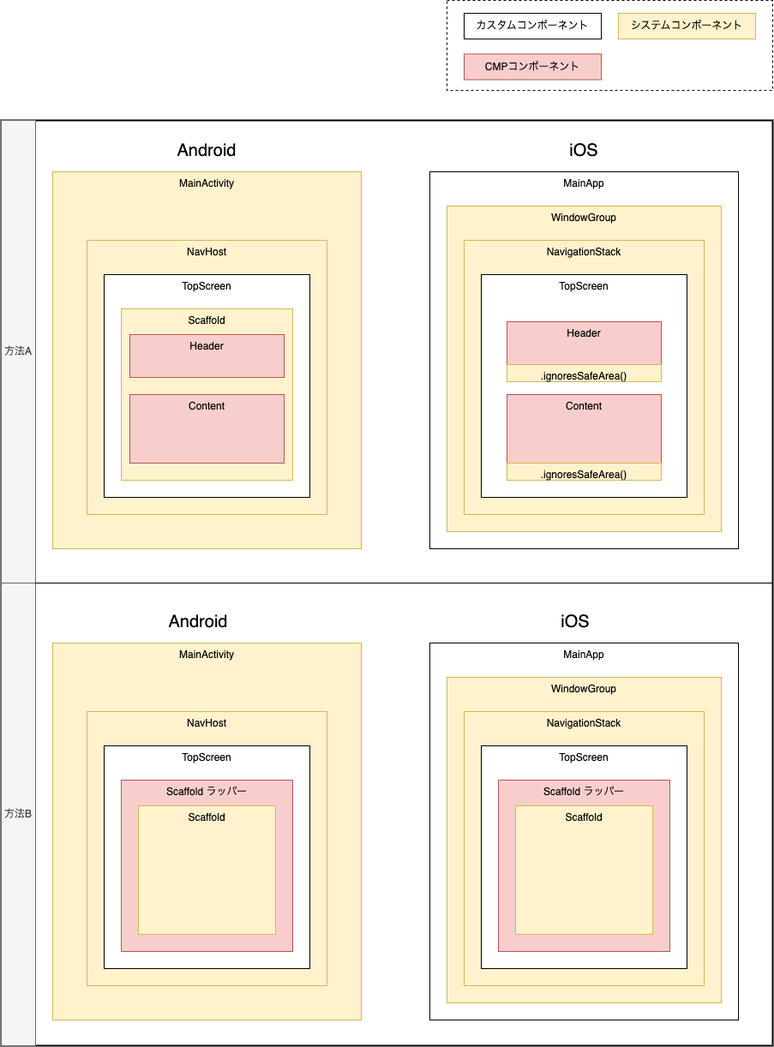
This is docs/CMP_In_Native化案-UI共通化.png from seabat/hybrid-cmp-pdf-viewer, a draw.io export, as it was before one commit. Source tidied: cells renumbered, new cells last; positions are measured from the earlier drawing's top-left corner, leaving out a move shared by most shapes. Its diagram source:
```xml
<mxGraphModel>
  <root>
    <mxCell id="0" />
    <mxCell id="1" parent="0" />
    <mxCell id="2" style="rounded=0;whiteSpace=wrap;html=1;strokeWidth=2;" parent="1" vertex="1">
      <mxGeometry y="140" width="900" height="1080" as="geometry" />
    </mxCell>
    <mxCell id="3" style="rounded=0;whiteSpace=wrap;html=1;dashed=1;" parent="1" vertex="1">
      <mxGeometry x="520" width="380" height="105" as="geometry" />
    </mxCell>
    <mxCell id="4" value="MainActivity" style="rounded=0;whiteSpace=wrap;html=1;verticalAlign=top;fillColor=#fff2cc;strokeColor=#d6b656;" parent="1" vertex="1">
      <mxGeometry x="60" y="200" width="360" height="440" as="geometry" />
    </mxCell>
    <mxCell id="5" value="NavHost" style="rounded=0;whiteSpace=wrap;html=1;verticalAlign=top;fillColor=#fff2cc;strokeColor=#d6b656;" parent="1" vertex="1">
      <mxGeometry x="100" y="280" width="280" height="320" as="geometry" />
    </mxCell>
    <mxCell id="6" value="TopScreen" style="rounded=0;whiteSpace=wrap;html=1;verticalAlign=top;" parent="1" vertex="1">
      <mxGeometry x="120" y="320" width="240" height="260" as="geometry" />
    </mxCell>
    <mxCell id="7" value="Scaffold" style="rounded=0;whiteSpace=wrap;html=1;verticalAlign=top;fillColor=#fff2cc;strokeColor=#d6b656;" parent="1" vertex="1">
      <mxGeometry x="140" y="360" width="200" height="200" as="geometry" />
    </mxCell>
    <mxCell id="8" value="Header" style="rounded=0;whiteSpace=wrap;html=1;verticalAlign=top;fillColor=#f8cecc;strokeColor=#b85450;" parent="1" vertex="1">
      <mxGeometry x="150" y="390" width="180" height="50" as="geometry" />
    </mxCell>
    <mxCell id="9" value="Content" style="rounded=0;whiteSpace=wrap;html=1;verticalAlign=top;fillColor=#f8cecc;strokeColor=#b85450;" parent="1" vertex="1">
      <mxGeometry x="150" y="460" width="180" height="80" as="geometry" />
    </mxCell>
    <mxCell id="10" value="MainApp" style="rounded=0;whiteSpace=wrap;html=1;verticalAlign=top;" parent="1" vertex="1">
      <mxGeometry x="500" y="200" width="360" height="440" as="geometry" />
    </mxCell>
    <mxCell id="11" value="WindowGroup" style="rounded=0;whiteSpace=wrap;html=1;verticalAlign=top;fillColor=#fff2cc;strokeColor=#d6b656;" parent="1" vertex="1">
      <mxGeometry x="520" y="240" width="320" height="380" as="geometry" />
    </mxCell>
    <mxCell id="12" value="NavigationStack" style="rounded=0;whiteSpace=wrap;html=1;verticalAlign=top;fillColor=#fff2cc;strokeColor=#d6b656;" parent="1" vertex="1">
      <mxGeometry x="540" y="280" width="280" height="320" as="geometry" />
    </mxCell>
    <mxCell id="13" value="TopScreen" style="rounded=0;whiteSpace=wrap;html=1;verticalAlign=top;" parent="1" vertex="1">
      <mxGeometry x="560" y="320" width="240" height="260" as="geometry" />
    </mxCell>
    <mxCell id="14" value="&lt;font style=&quot;font-size: 20px;&quot;&gt;Android&lt;/font&gt;" style="text;html=1;align=center;verticalAlign=middle;whiteSpace=wrap;rounded=0;" parent="1" vertex="1">
      <mxGeometry x="210" y="160" width="60" height="30" as="geometry" />
    </mxCell>
    <mxCell id="15" value="&lt;font style=&quot;font-size: 20px;&quot;&gt;iOS&lt;/font&gt;" style="text;html=1;align=center;verticalAlign=middle;whiteSpace=wrap;rounded=0;" parent="1" vertex="1">
      <mxGeometry x="650" y="160" width="60" height="30" as="geometry" />
    </mxCell>
    <mxCell id="16" value="Header" style="rounded=0;whiteSpace=wrap;html=1;verticalAlign=top;fillColor=#f8cecc;strokeColor=#b85450;" parent="1" vertex="1">
      <mxGeometry x="590" y="375" width="180" height="50" as="geometry" />
    </mxCell>
    <mxCell id="17" value="Content" style="rounded=0;whiteSpace=wrap;html=1;verticalAlign=top;fillColor=#f8cecc;strokeColor=#b85450;" parent="1" vertex="1">
      <mxGeometry x="590" y="460" width="180" height="80" as="geometry" />
    </mxCell>
    <mxCell id="18" value="システムコンポーネント" style="rounded=0;whiteSpace=wrap;html=1;fillColor=#fff2cc;strokeColor=#d6b656;" parent="1" vertex="1">
      <mxGeometry x="720" y="15" width="160" height="30" as="geometry" />
    </mxCell>
    <mxCell id="19" value="カスタムコンポーネント" style="rounded=0;whiteSpace=wrap;html=1;" parent="1" vertex="1">
      <mxGeometry x="540" y="15" width="160" height="30" as="geometry" />
    </mxCell>
    <mxCell id="20" value="CMPコンポーネント" style="rounded=0;whiteSpace=wrap;html=1;fillColor=#f8cecc;strokeColor=#b85450;" parent="1" vertex="1">
      <mxGeometry x="540" y="62.5" width="160" height="30" as="geometry" />
    </mxCell>
    <mxCell id="21" value="方法A" style="rounded=0;whiteSpace=wrap;html=1;fillColor=#f5f5f5;fontColor=#333333;strokeColor=#666666;" parent="1" vertex="1">
      <mxGeometry y="140" width="40" height="540" as="geometry" />
    </mxCell>
    <mxCell id="22" value="方法B" style="rounded=0;whiteSpace=wrap;html=1;fillColor=#f5f5f5;fontColor=#333333;strokeColor=#666666;" parent="1" vertex="1">
      <mxGeometry y="680" width="40" height="540" as="geometry" />
    </mxCell>
    <mxCell id="23" value="MainActivity" style="rounded=0;whiteSpace=wrap;html=1;verticalAlign=top;fillColor=#fff2cc;strokeColor=#d6b656;" parent="1" vertex="1">
      <mxGeometry x="60" y="750" width="360" height="440" as="geometry" />
    </mxCell>
    <mxCell id="24" value="NavHost" style="rounded=0;whiteSpace=wrap;html=1;verticalAlign=top;fillColor=#fff2cc;strokeColor=#d6b656;" parent="1" vertex="1">
      <mxGeometry x="100" y="830" width="280" height="320" as="geometry" />
    </mxCell>
    <mxCell id="25" value="TopScreen" style="rounded=0;whiteSpace=wrap;html=1;verticalAlign=top;" parent="1" vertex="1">
      <mxGeometry x="120" y="870" width="240" height="260" as="geometry" />
    </mxCell>
    <mxCell id="26" value="Scaffold ラッパー" style="rounded=0;whiteSpace=wrap;html=1;verticalAlign=top;fillColor=#f8cecc;strokeColor=#b85450;" parent="1" vertex="1">
      <mxGeometry x="140" y="910" width="200" height="200" as="geometry" />
    </mxCell>
    <mxCell id="27" value="MainApp" style="rounded=0;whiteSpace=wrap;html=1;verticalAlign=top;" parent="1" vertex="1">
      <mxGeometry x="500" y="750" width="360" height="440" as="geometry" />
    </mxCell>
    <mxCell id="28" value="WindowGroup" style="rounded=0;whiteSpace=wrap;html=1;verticalAlign=top;fillColor=#fff2cc;strokeColor=#d6b656;" parent="1" vertex="1">
      <mxGeometry x="520" y="790" width="320" height="380" as="geometry" />
    </mxCell>
    <mxCell id="29" value="NavigationStack" style="rounded=0;whiteSpace=wrap;html=1;verticalAlign=top;fillColor=#fff2cc;strokeColor=#d6b656;" parent="1" vertex="1">
      <mxGeometry x="540" y="830" width="280" height="320" as="geometry" />
    </mxCell>
    <mxCell id="30" value="TopScreen" style="rounded=0;whiteSpace=wrap;html=1;verticalAlign=top;" parent="1" vertex="1">
      <mxGeometry x="560" y="870" width="240" height="260" as="geometry" />
    </mxCell>
    <mxCell id="31" value="Scaffold ラッパー" style="rounded=0;whiteSpace=wrap;html=1;verticalAlign=top;fillColor=#f8cecc;strokeColor=#b85450;" parent="1" vertex="1">
      <mxGeometry x="580" y="910" width="200" height="200" as="geometry" />
    </mxCell>
    <mxCell id="32" style="endArrow=none;html=1;rounded=0;entryX=1;entryY=0.5;entryDx=0;entryDy=0;" parent="1" edge="1" target="2">
      <mxGeometry relative="1" as="geometry">
        <mxPoint x="40" y="680" as="sourcePoint" />
      </mxGeometry>
    </mxCell>
    <mxCell id="33" value=".ignoresSafeArea()" style="rounded=0;whiteSpace=wrap;html=1;verticalAlign=top;fillColor=#fff2cc;strokeColor=#d6b656;" parent="1" vertex="1">
      <mxGeometry x="590" y="425" width="180" height="20" as="geometry" />
    </mxCell>
    <mxCell id="34" value=".ignoresSafeArea()" style="rounded=0;whiteSpace=wrap;html=1;verticalAlign=top;fillColor=#fff2cc;strokeColor=#d6b656;" parent="1" vertex="1">
      <mxGeometry x="590" y="540" width="180" height="20" as="geometry" />
    </mxCell>
    <mxCell id="35" value="&lt;font style=&quot;font-size: 20px;&quot;&gt;Android&lt;/font&gt;" style="text;html=1;align=center;verticalAlign=middle;whiteSpace=wrap;rounded=0;" parent="1" vertex="1">
      <mxGeometry x="200" y="710" width="60" height="30" as="geometry" />
    </mxCell>
    <mxCell id="36" value="&lt;font style=&quot;font-size: 20px;&quot;&gt;iOS&lt;/font&gt;" style="text;html=1;align=center;verticalAlign=middle;whiteSpace=wrap;rounded=0;" parent="1" vertex="1">
      <mxGeometry x="640" y="710" width="60" height="30" as="geometry" />
    </mxCell>
    <mxCell id="37" value="Scaffold" style="rounded=0;whiteSpace=wrap;html=1;verticalAlign=top;fillColor=#fff2cc;strokeColor=#d6b656;" parent="1" vertex="1">
      <mxGeometry x="160" y="940" width="160" height="150" as="geometry" />
    </mxCell>
    <mxCell id="38" value="Scaffold" style="rounded=0;whiteSpace=wrap;html=1;verticalAlign=top;fillColor=#fff2cc;strokeColor=#d6b656;" parent="1" vertex="1">
      <mxGeometry x="600" y="940" width="160" height="150" as="geometry" />
    </mxCell>
  </root>
</mxGraphModel>
```
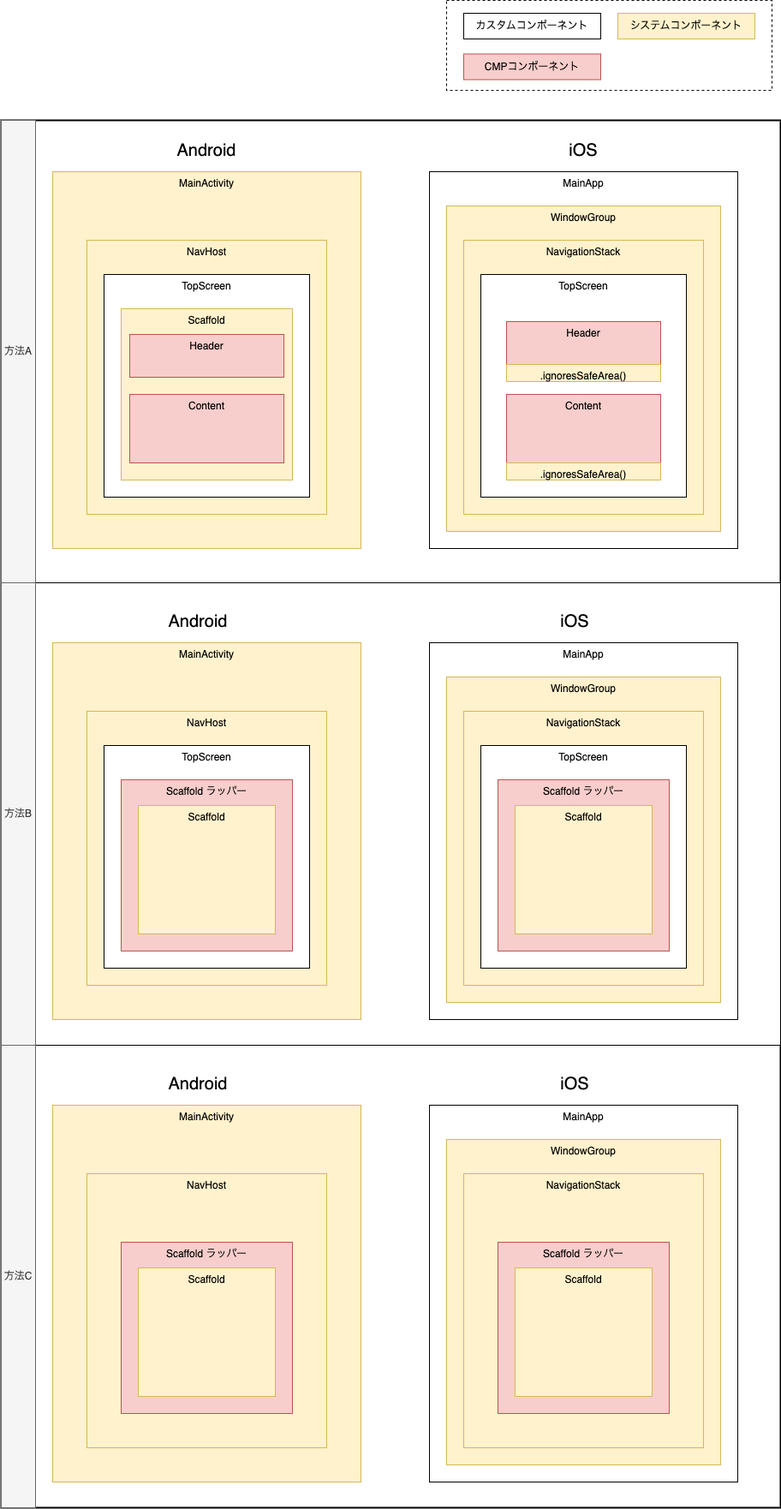
After the change.

Commit message:
Android の NavigationApp から ViewerScreen を削除し ViewerScaffold を直接使用

What changed in the source:
```diff
@@ -3,8 +3,11 @@
     <mxCell id="0" />
     <mxCell id="1" parent="0" />
     <mxCell id="2" style="rounded=0;whiteSpace=wrap;html=1;strokeWidth=2;" parent="1" vertex="1">
-      <mxGeometry y="140" width="900" height="1080" as="geometry" />
+      <mxGeometry y="140" width="910" height="1620" as="geometry" />
     </mxCell>
+    <mxCell id="39" style="rounded=0;whiteSpace=wrap;html=1;" parent="1" vertex="1">
+      <mxGeometry x="40" y="680" width="870" height="540" as="geometry" />
+    </mxCell>
     <mxCell id="3" style="rounded=0;whiteSpace=wrap;html=1;dashed=1;" parent="1" vertex="1">
       <mxGeometry x="520" width="380" height="105" as="geometry" />
     </mxCell>
@@ -92,11 +95,6 @@
     <mxCell id="31" value="Scaffold ラッパー" style="rounded=0;whiteSpace=wrap;html=1;verticalAlign=top;fillColor=#f8cecc;strokeColor=#b85450;" parent="1" vertex="1">
       <mxGeometry x="580" y="910" width="200" height="200" as="geometry" />
     </mxCell>
-    <mxCell id="32" style="endArrow=none;html=1;rounded=0;entryX=1;entryY=0.5;entryDx=0;entryDy=0;" parent="1" edge="1" target="2">
-      <mxGeometry relative="1" as="geometry">
-        <mxPoint x="40" y="680" as="sourcePoint" />
-      </mxGeometry>
-    </mxCell>
     <mxCell id="33" value=".ignoresSafeArea()" style="rounded=0;whiteSpace=wrap;html=1;verticalAlign=top;fillColor=#fff2cc;strokeColor=#d6b656;" parent="1" vertex="1">
       <mxGeometry x="590" y="425" width="180" height="20" as="geometry" />
     </mxCell>
@@ -115,5 +113,41 @@
     <mxCell id="38" value="Scaffold" style="rounded=0;whiteSpace=wrap;html=1;verticalAlign=top;fillColor=#fff2cc;strokeColor=#d6b656;" parent="1" vertex="1">
       <mxGeometry x="600" y="940" width="160" height="150" as="geometry" />
     </mxCell>
+    <mxCell id="40" value="方法C" style="rounded=0;whiteSpace=wrap;html=1;fillColor=#f5f5f5;fontColor=#333333;strokeColor=#666666;" parent="1" vertex="1">
+      <mxGeometry y="1220" width="40" height="540" as="geometry" />
+    </mxCell>
+    <mxCell id="41" value="MainActivity" style="rounded=0;whiteSpace=wrap;html=1;verticalAlign=top;fillColor=#fff2cc;strokeColor=#d6b656;" parent="1" vertex="1">
+      <mxGeometry x="60" y="1290" width="360" height="440" as="geometry" />
+    </mxCell>
+    <mxCell id="42" value="NavHost" style="rounded=0;whiteSpace=wrap;html=1;verticalAlign=top;fillColor=#fff2cc;strokeColor=#d6b656;" parent="1" vertex="1">
+      <mxGeometry x="100" y="1370" width="280" height="320" as="geometry" />
+    </mxCell>
+    <mxCell id="43" value="Scaffold ラッパー" style="rounded=0;whiteSpace=wrap;html=1;verticalAlign=top;fillColor=#f8cecc;strokeColor=#b85450;" parent="1" vertex="1">
+      <mxGeometry x="140" y="1450" width="200" height="200" as="geometry" />
+    </mxCell>
+    <mxCell id="44" value="MainApp" style="rounded=0;whiteSpace=wrap;html=1;verticalAlign=top;" parent="1" vertex="1">
+      <mxGeometry x="500" y="1290" width="360" height="440" as="geometry" />
+    </mxCell>
+    <mxCell id="45" value="WindowGroup" style="rounded=0;whiteSpace=wrap;html=1;verticalAlign=top;fillColor=#fff2cc;strokeColor=#d6b656;" parent="1" vertex="1">
+      <mxGeometry x="520" y="1330" width="320" height="380" as="geometry" />
+    </mxCell>
+    <mxCell id="46" value="NavigationStack" style="rounded=0;whiteSpace=wrap;html=1;verticalAlign=top;fillColor=#fff2cc;strokeColor=#d6b656;" parent="1" vertex="1">
+      <mxGeometry x="540" y="1370" width="280" height="320" as="geometry" />
+    </mxCell>
+    <mxCell id="47" value="Scaffold ラッパー" style="rounded=0;whiteSpace=wrap;html=1;verticalAlign=top;fillColor=#f8cecc;strokeColor=#b85450;" parent="1" vertex="1">
+      <mxGeometry x="580" y="1450" width="200" height="200" as="geometry" />
+    </mxCell>
+    <mxCell id="48" value="&lt;font style=&quot;font-size: 20px;&quot;&gt;Android&lt;/font&gt;" style="text;html=1;align=center;verticalAlign=middle;whiteSpace=wrap;rounded=0;" parent="1" vertex="1">
+      <mxGeometry x="200" y="1250" width="60" height="30" as="geometry" />
+    </mxCell>
+    <mxCell id="49" value="&lt;font style=&quot;font-size: 20px;&quot;&gt;iOS&lt;/font&gt;" style="text;html=1;align=center;verticalAlign=middle;whiteSpace=wrap;rounded=0;" parent="1" vertex="1">
+      <mxGeometry x="640" y="1250" width="60" height="30" as="geometry" />
+    </mxCell>
+    <mxCell id="50" value="Scaffold" style="rounded=0;whiteSpace=wrap;html=1;verticalAlign=top;fillColor=#fff2cc;strokeColor=#d6b656;" parent="1" vertex="1">
+      <mxGeometry x="160" y="1480" width="160" height="150" as="geometry" />
+    </mxCell>
+    <mxCell id="51" value="Scaffold" style="rounded=0;whiteSpace=wrap;html=1;verticalAlign=top;fillColor=#fff2cc;strokeColor=#d6b656;" parent="1" vertex="1">
+      <mxGeometry x="600" y="1480" width="160" height="150" as="geometry" />
+    </mxCell>
   </root>
 </mxGraphModel>
```
